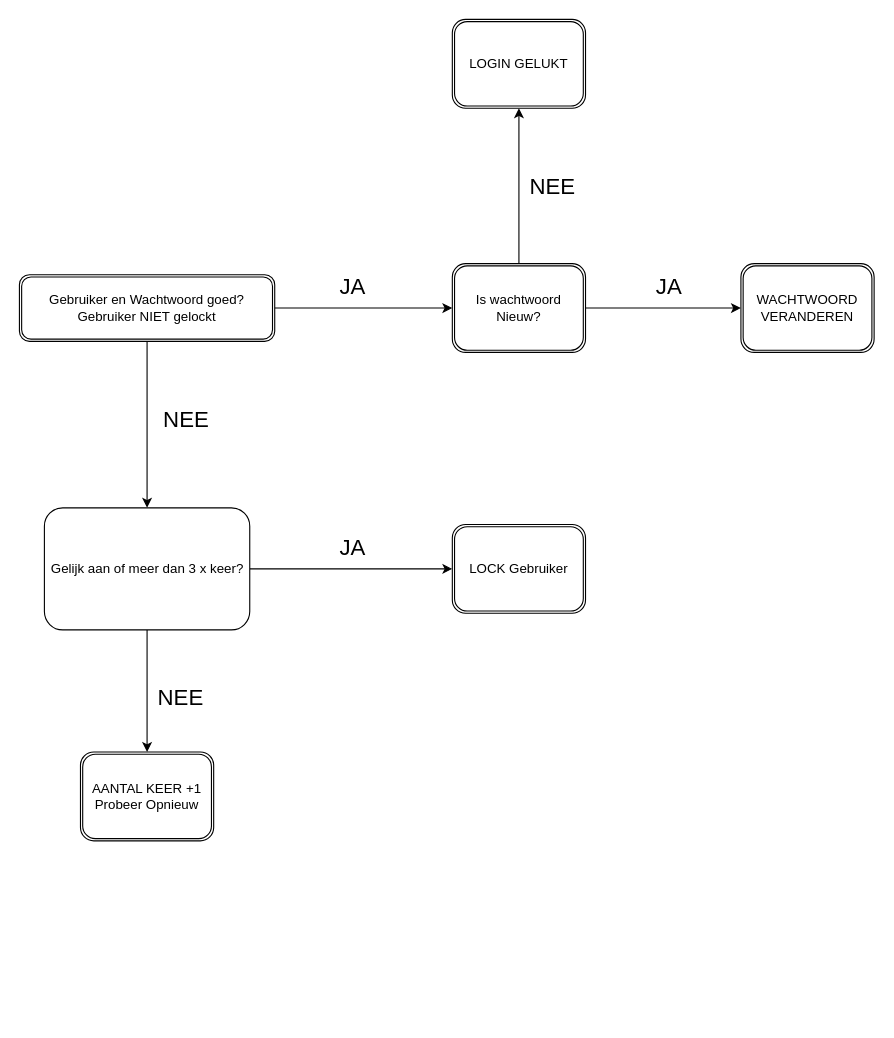
The draw.io diagram page "StoredProcedure_LOGIN" (2 of 4) of HomeManager/Flow.drawio in knoopsr/HomeManager, before the edit. Source tidied: cells renumbered, new cells numbered last; positions are measured from the earlier drawing's top-left corner, leaving out a move shared by most shapes. Both pictures are drawn from the tidied source at 111%, with x=0, y=0 at pixel (19, 19).
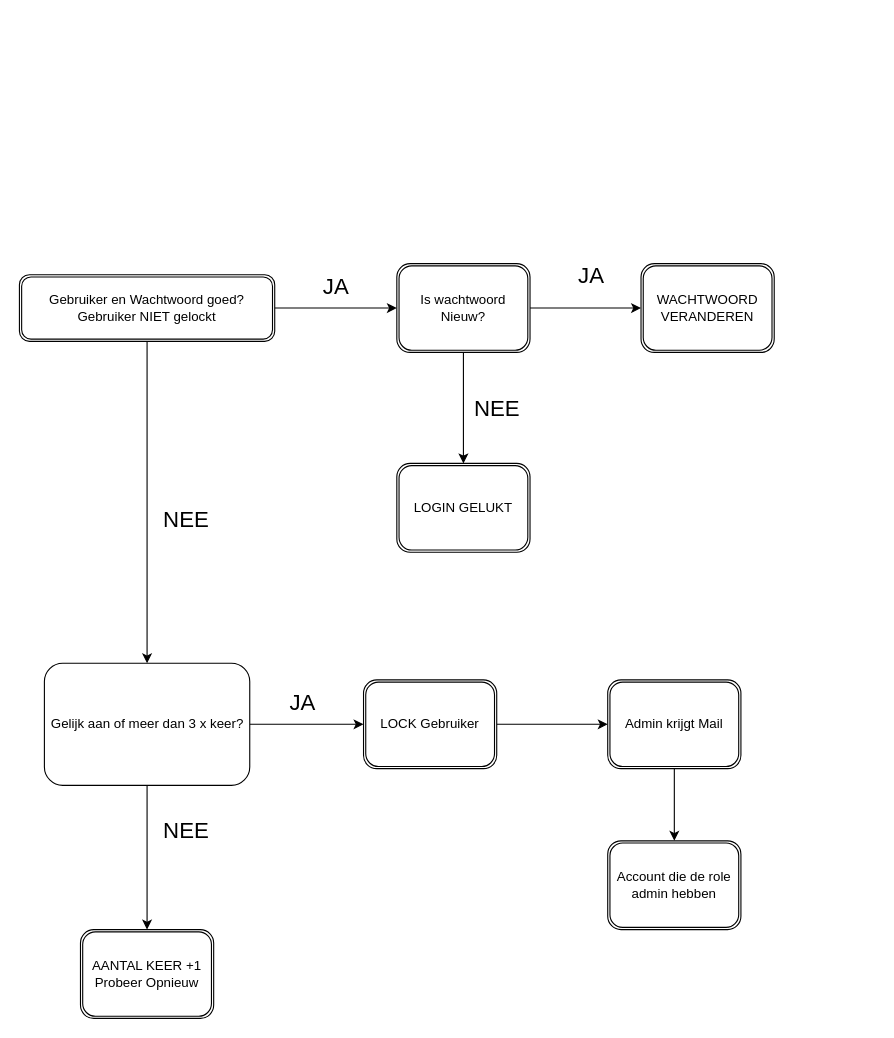
Above is the later version.

The edit, as a diff of the source:
```diff
@@
+    <mxCell id="6" style="edgeStyle=orthogonalEdgeStyle;rounded=0;jettySize=auto;html=1;entryX=0;entryY=0.5;entryDx=0;entryDy=0;" parent="1" edge="1" source="7" target="17">
+      <mxGeometry relative="1" as="geometry" />
+    </mxCell>
-    <mxCell id="5" style="edgeStyle=orthogonalEdgeStyle;rounded=0;jettySize=auto;html=1;entryX=0.5;entryY=1;entryDx=0;entryDy=0;" parent="1" edge="1" source="7" target="18">
+    <mxCell id="5" style="edgeStyle=orthogonalEdgeStyle;rounded=0;jettySize=auto;html=1;entryX=0.5;entryY=0;entryDx=0;entryDy=0;" parent="1" edge="1" source="7" target="18">
       <mxGeometry relative="1" as="geometry" />
     </mxCell>
-    <mxCell id="6" style="edgeStyle=orthogonalEdgeStyle;rounded=0;jettySize=auto;html=1;entryX=0;entryY=0.5;entryDx=0;entryDy=0;" parent="1" edge="1" source="7" target="17">
-      <mxGeometry relative="1" as="geometry" />
-    </mxCell>
     <mxCell id="7" value="Is wachtwoord Nieuw?" style="shape=ext;double=1;rounded=1;whiteSpace=wrap;html=1;" parent="1" vertex="1">
-      <mxGeometry x="390" y="220" width="120" height="80" as="geometry" />
+      <mxGeometry x="340" y="220" width="120" height="80" as="geometry" />
     </mxCell>
     <mxCell id="8" value="&lt;font style=&quot;font-size: 20px;&quot;&gt;JA&lt;/font&gt;" style="text;html=1;align=center;verticalAlign=middle;strokeColor=none;fillColor=none;" parent="1" vertex="1">
-      <mxGeometry x="275" y="220" width="50" height="40" as="geometry" />
+      <mxGeometry x="260" y="220" width="50" height="40" as="geometry" />
     </mxCell>
@@
     <mxCell id="11" value="Gelijk aan of meer dan 3 x keer?" style="whiteSpace=wrap;html=1;rounded=1;" parent="1" vertex="1">
-      <mxGeometry x="22.5" y="440" width="185" height="110" as="geometry" />
+      <mxGeometry x="22.5" y="580" width="185" height="110" as="geometry" />
     </mxCell>
+    <mxCell id="21" style="edgeStyle=orthogonalEdgeStyle;rounded=0;jettySize=auto;html=1;entryX=0;entryY=0.5;entryDx=0;entryDy=0;" parent="1" edge="1" source="12" target="23">
+      <mxGeometry relative="1" as="geometry" />
+    </mxCell>
     <mxCell id="12" value="LOCK Gebruiker" style="shape=ext;double=1;rounded=1;whiteSpace=wrap;html=1;" parent="1" vertex="1">
-      <mxGeometry x="390" y="455" width="120" height="80" as="geometry" />
+      <mxGeometry x="310" y="595" width="120" height="80" as="geometry" />
     </mxCell>
     <mxCell id="13" value="&lt;font style=&quot;font-size: 20px;&quot;&gt;NEE&lt;/font&gt;" style="text;html=1;align=center;verticalAlign=middle;strokeColor=none;fillColor=none;" parent="1" vertex="1">
-      <mxGeometry x="115" y="590" width="60" height="40" as="geometry" />
+      <mxGeometry x="120" y="710" width="60" height="40" as="geometry" />
     </mxCell>
     <mxCell id="14" value="&lt;font style=&quot;font-size: 20px;&quot;&gt;NEE&lt;/font&gt;" style="text;html=1;align=center;verticalAlign=middle;strokeColor=none;fillColor=none;" parent="1" vertex="1">
-      <mxGeometry x="120" y="340" width="60" height="40" as="geometry" />
+      <mxGeometry x="120" y="430" width="60" height="40" as="geometry" />
     </mxCell>
     <mxCell id="15" value="&lt;div&gt;AANTAL KEER +1 &lt;br&gt;&lt;/div&gt;&lt;div&gt;Probeer Opnieuw&lt;br&gt;&lt;/div&gt;" style="shape=ext;double=1;rounded=1;whiteSpace=wrap;html=1;" parent="1" vertex="1">
-      <mxGeometry x="55" y="660" width="120" height="80" as="geometry" />
+      <mxGeometry x="55" y="820" width="120" height="80" as="geometry" />
     </mxCell>
     <mxCell id="16" value="&lt;font style=&quot;font-size: 20px;&quot;&gt;JA&lt;/font&gt;" style="text;html=1;align=center;verticalAlign=middle;strokeColor=none;fillColor=none;" parent="1" vertex="1">
-      <mxGeometry x="275" y="455" width="50" height="40" as="geometry" />
+      <mxGeometry x="230" y="595" width="50" height="40" as="geometry" />
     </mxCell>
     <mxCell id="17" value="WACHTWOORD VERANDEREN" style="shape=ext;double=1;rounded=1;whiteSpace=wrap;html=1;" parent="1" vertex="1">
-      <mxGeometry x="650" y="220" width="120" height="80" as="geometry" />
+      <mxGeometry x="560" y="220" width="120" height="80" as="geometry" />
     </mxCell>
     <mxCell id="18" value="LOGIN GELUKT" style="shape=ext;double=1;rounded=1;whiteSpace=wrap;html=1;" parent="1" vertex="1">
-      <mxGeometry x="390" width="120" height="80" as="geometry" />
+      <mxGeometry x="340" y="400" width="120" height="80" as="geometry" />
     </mxCell>
     <mxCell id="19" value="&lt;font style=&quot;font-size: 20px;&quot;&gt;JA&lt;/font&gt;" style="text;html=1;align=center;verticalAlign=middle;strokeColor=none;fillColor=none;" parent="1" vertex="1">
-      <mxGeometry x="560" y="220" width="50" height="40" as="geometry" />
+      <mxGeometry x="490" y="210" width="50" height="40" as="geometry" />
     </mxCell>
     <mxCell id="20" value="&lt;font style=&quot;font-size: 20px;&quot;&gt;NEE&lt;/font&gt;" style="text;html=1;align=center;verticalAlign=middle;strokeColor=none;fillColor=none;" parent="1" vertex="1">
-      <mxGeometry x="450" y="130" width="60" height="40" as="geometry" />
+      <mxGeometry x="400" y="330" width="60" height="40" as="geometry" />
     </mxCell>
+    <mxCell id="22" style="edgeStyle=orthogonalEdgeStyle;rounded=0;jettySize=auto;html=1;entryX=0.5;entryY=0;entryDx=0;entryDy=0;" parent="1" edge="1" source="23" target="24">
+      <mxGeometry relative="1" as="geometry" />
+    </mxCell>
+    <mxCell id="23" value="Admin krijgt Mail" style="shape=ext;double=1;rounded=1;whiteSpace=wrap;html=1;" parent="1" vertex="1">
+      <mxGeometry x="530" y="595" width="120" height="80" as="geometry" />
+    </mxCell>
+    <mxCell id="24" value="Account die de role admin hebben" style="shape=ext;double=1;rounded=1;whiteSpace=wrap;html=1;" parent="1" vertex="1">
+      <mxGeometry x="530" y="740" width="120" height="80" as="geometry" />
+    </mxCell>
```
